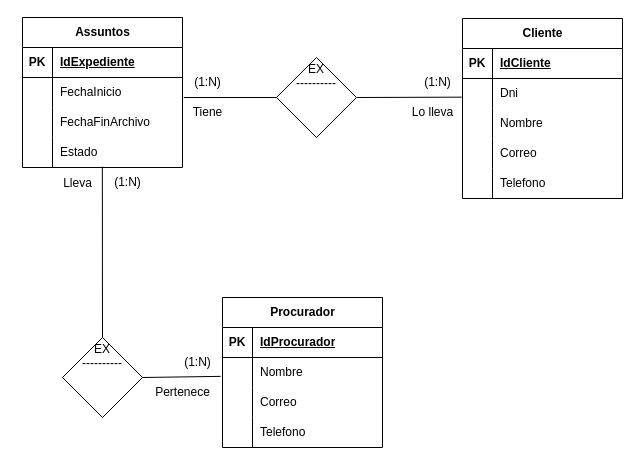
Bilalbel04/edt keeps this draw.io diagram as BDD/T1/Gabinets.drawio. Above is the earlier version. Source tidied: cells renumbered, new cells numbered last; positions are measured from the earlier drawing's top-left corner, leaving out a move shared by most shapes. Both pictures are drawn from the tidied source at 100%, with x=0, y=0 at pixel (22, 17).
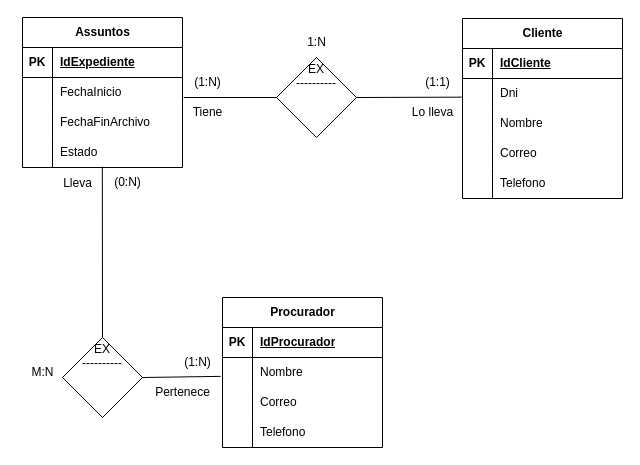
The same page after the edit.

What changed in the source:
```diff
@@
-    <mxCell id="33" value="(1:N)" style="text;html=1;align=center;verticalAlign=middle;strokeColor=none;fillColor=none;" parent="1" vertex="1">
+    <mxCell id="33" value="(1:1)" style="text;html=1;align=center;verticalAlign=middle;strokeColor=none;fillColor=none;" parent="1" vertex="1">
       <mxGeometry x="390" y="50" width="50" height="30" as="geometry" />
     </mxCell>
@@
-    <mxCell id="53" value="(1:N)" style="text;html=1;align=center;verticalAlign=middle;strokeColor=none;fillColor=none;" parent="1" vertex="1">
+    <mxCell id="53" value="(0:N)" style="text;html=1;align=center;verticalAlign=middle;strokeColor=none;fillColor=none;" parent="1" vertex="1">
       <mxGeometry x="80" y="150" width="50" height="30" as="geometry" />
     </mxCell>
@@
+    <mxCell id="58" value="1:N" style="text;html=1;align=center;verticalAlign=middle;strokeColor=none;fillColor=none;" parent="1" vertex="1">
+      <mxGeometry x="274" y="10" width="40" height="30" as="geometry" />
+    </mxCell>
+    <mxCell id="59" value="M:N" style="text;html=1;align=center;verticalAlign=middle;strokeColor=none;fillColor=none;" parent="1" vertex="1">
+      <mxGeometry x="-5" y="340" width="50" height="30" as="geometry" />
+    </mxCell>
```
